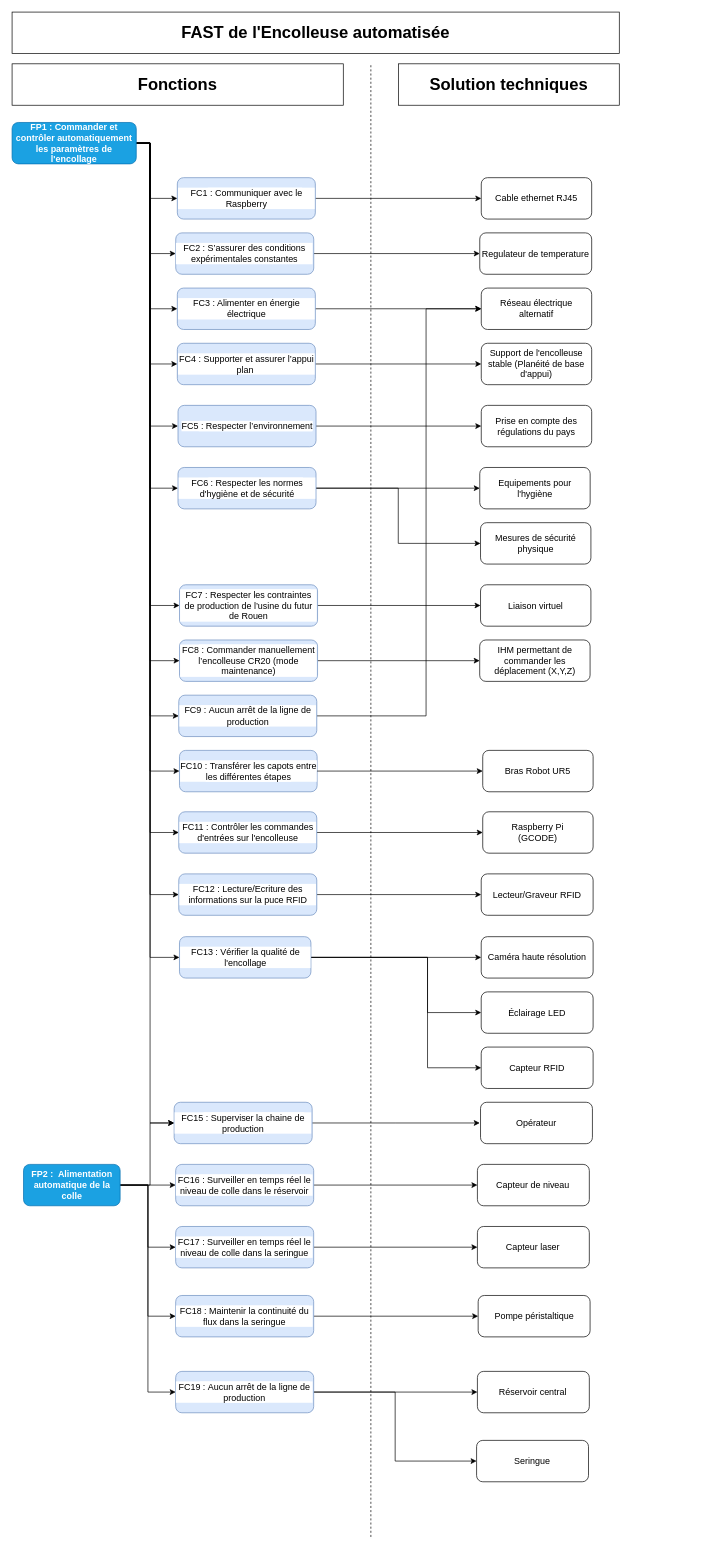
Above: FAST DIAGRAM/Diagramme_FAST.drawio in CharifMah/Systemes_automatises (draw.io), before the change. Source tidied: cells renumbered, new cells numbered last; positions are measured from the earlier drawing's top-left corner, leaving out a move shared by most shapes. Both pictures are drawn from the tidied source at 69%, with x=0, y=0 at pixel (12, 12).
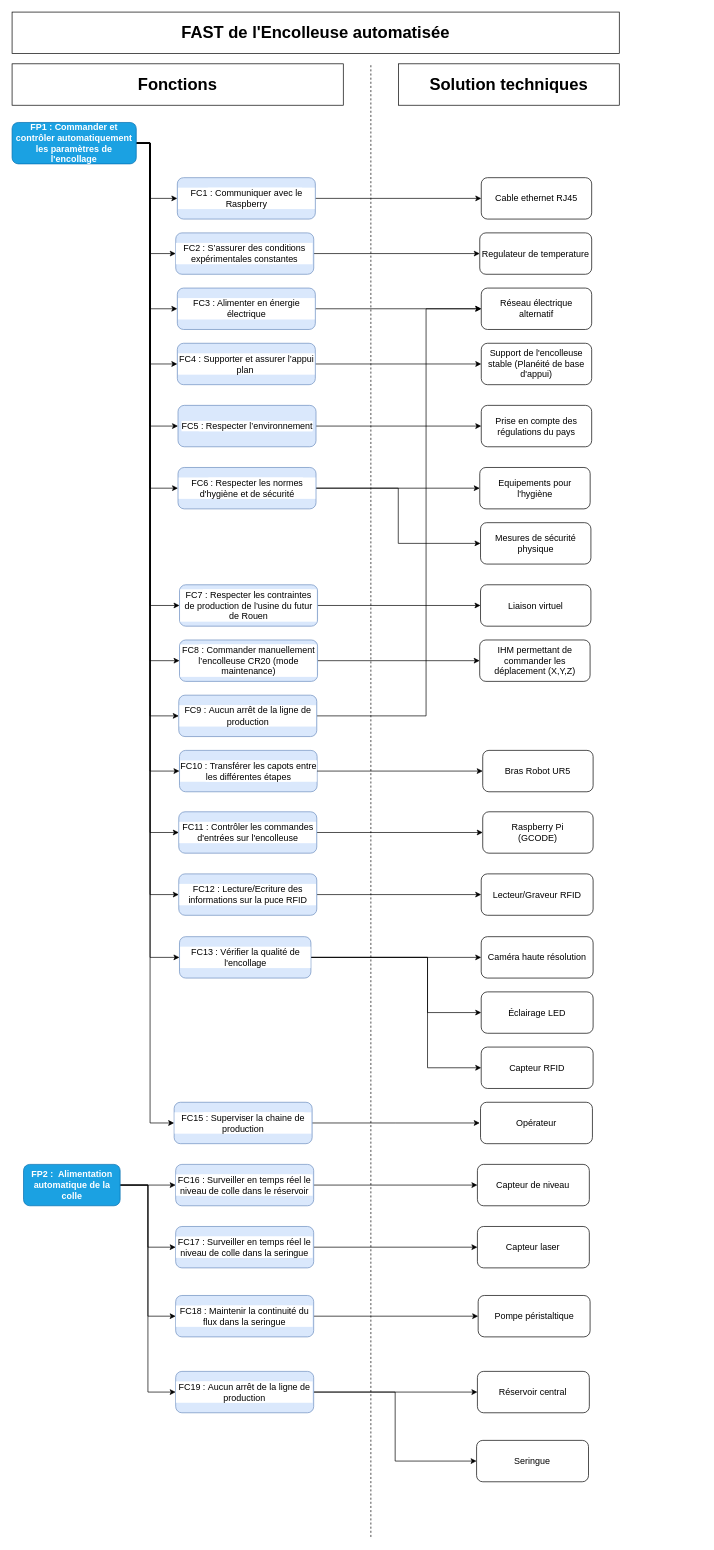
The same diagram, later.

Commit message (it also covers changes not shown here):
Mettre à jour Diagramme_FAST.drawio

Unchanged cells that the change refers to:
```xml
<mxCell id="41" value="&lt;span&gt;&lt;font style=&quot;color: rgb(255, 255, 255);&quot;&gt;FP2 :&amp;nbsp; Alimentation automatique de la colle&lt;/font&gt;&lt;/span&gt;" style="rounded=1;whiteSpace=wrap;html=1;fillColor=#1ba1e2;fontColor=#ffffff;strokeColor=#006EAF;fontFamily=Helvetica;fontSize=13;fontStyle=1;" parent="1" vertex="1">
  <mxGeometry x="16.6" y="1670" width="140" height="60" as="geometry" />
</mxCell>
<mxCell id="86" value="&lt;div&gt;&lt;font&gt;FC15&lt;/font&gt;&lt;span style=&quot;color: light-dark(rgb(0, 0, 0), rgb(255, 255, 255)); background-color: light-dark(#ffffff, var(--ge-dark-color, #121212));&quot;&gt;&amp;nbsp;:&amp;nbsp;&lt;/span&gt;&lt;span style=&quot;color: light-dark(rgb(0, 0, 0), rgb(255, 255, 255)); background-color: light-dark(#ffffff, var(--ge-dark-color, #121212));&quot;&gt;Superviser la chaine de production&lt;/span&gt;&lt;/div&gt;" style="rounded=1;whiteSpace=wrap;html=1;labelBackgroundColor=default;labelBorderColor=none;textShadow=0;fillColor=#dae8fc;strokeColor=#6c8ebf;fontFamily=Helvetica;fontSize=13;" parent="1" vertex="1">
  <mxGeometry x="234.9" y="1580" width="200" height="60" as="geometry" />
</mxCell>
```

What changed in the source:
```diff
@@
-    <mxCell id="40" style="edgeStyle=orthogonalEdgeStyle;rounded=0;jettySize=auto;html=1;entryX=0;entryY=0.5;entryDx=0;entryDy=0;" parent="1" edge="1" source="41" target="86">
-      <mxGeometry relative="1" as="geometry">
-        <Array as="points">
-          <mxPoint x="200" y="1700" />
-          <mxPoint x="200" y="1610" />
-        </Array>
-      </mxGeometry>
-    </mxCell>
```
